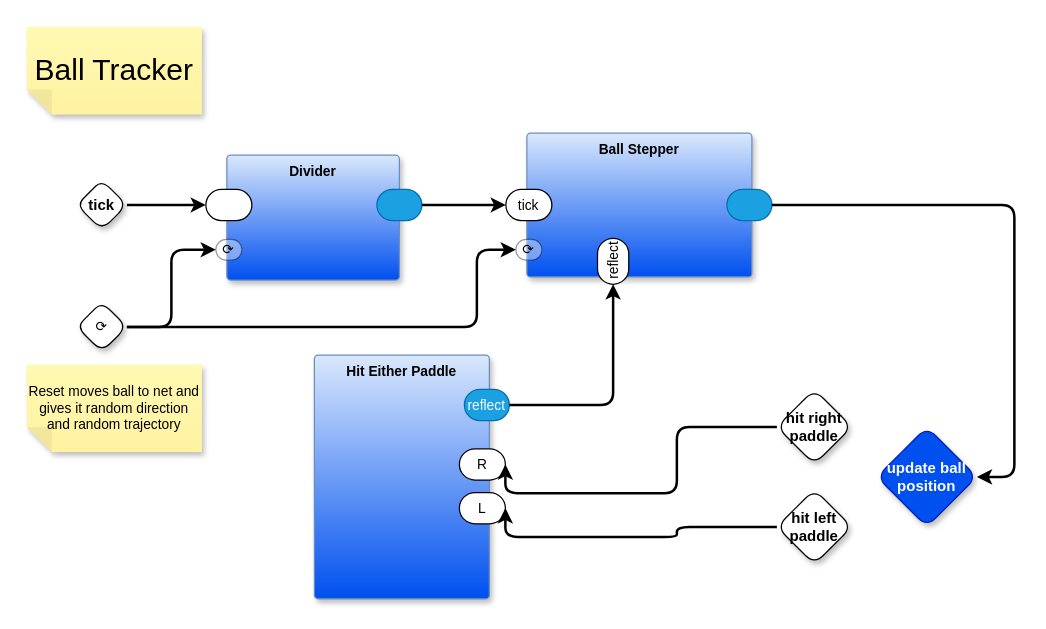
guitarvydas/pbp-pong keeps this draw.io diagram as page "Ball Tracker" (4 of 8) of pong.drawio. Above is the earlier version. Source tidied: cells renumbered, new cells numbered last; positions are measured from the earlier drawing's top-left corner, leaving out a move shared by most shapes. Both pictures are drawn from the tidied source at 125%, with x=0, y=0 at pixel (26, 26).
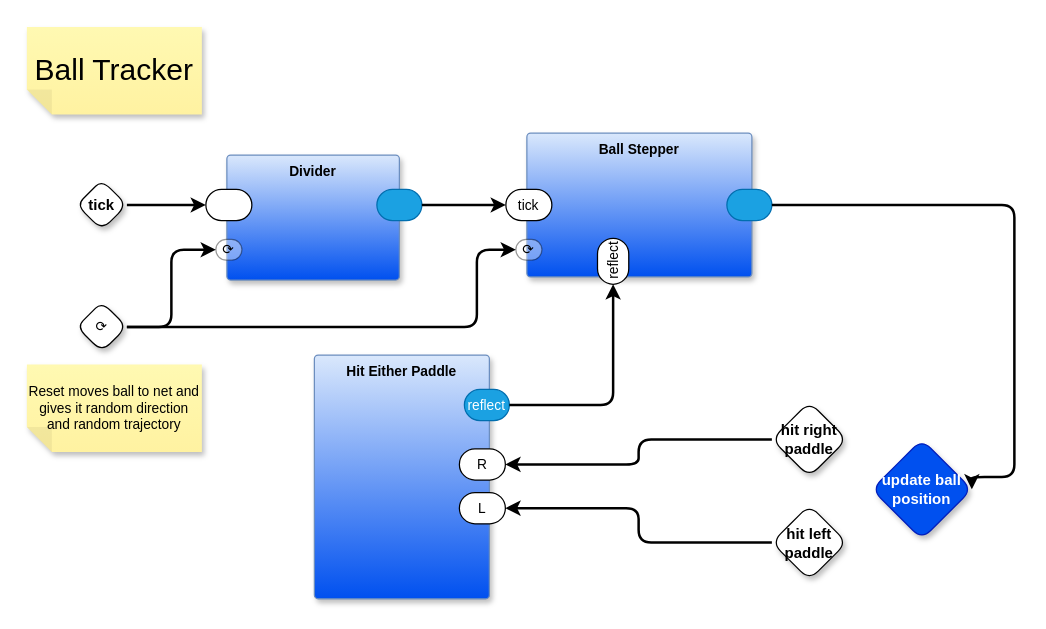
After the change.

The change refers to these unchanged cells:
```xml
<mxCell id="17" value="R" style="rounded=1;whiteSpace=wrap;html=1;sketch=0;points=[[0,0.5,0,0,0],[1,0.5,0,0,0]];arcSize=50;fontFamily=Helvetica;fontSize=11;fontColor=default;labelBackgroundColor=none;" parent="15" vertex="1">
  <mxGeometry x="116" y="75" width="36.8" height="25" as="geometry" />
</mxCell>
<mxCell id="18" value="L" style="rounded=1;whiteSpace=wrap;html=1;sketch=0;points=[[0,0.5,0,0,0],[1,0.5,0,0,0]];arcSize=50;fontFamily=Helvetica;fontSize=11;fontColor=default;labelBackgroundColor=none;" parent="15" vertex="1">
  <mxGeometry x="116" y="110" width="36.8" height="25" as="geometry" />
</mxCell>
```

Diff of the diagram source:
```diff
@@
     <mxCell id="14" value="update ball position" style="rhombus;whiteSpace=wrap;html=1;rounded=1;fontStyle=1;glass=0;sketch=0;fontSize=12;points=[[0,0.5,0,0,0],[0.5,0,0,0,0],[0.5,1,0,0,0],[1,0.5,0,0,0]];shadow=1;fillColor=#0050ef;fontColor=#ffffff;strokeColor=#001DBC;fontFamily=Helvetica;labelBackgroundColor=none;" parent="1" vertex="1">
-      <mxGeometry x="680" y="320" width="80" height="80" as="geometry" />
+      <mxGeometry x="676" y="330" width="80" height="80" as="geometry" />
     </mxCell>
@@
+    <mxCell id="21" style="edgeStyle=orthogonalEdgeStyle;shape=connector;curved=0;rounded=1;jettySize=auto;html=1;strokeColor=default;strokeWidth=2;align=center;verticalAlign=middle;fontFamily=Helvetica;fontSize=11;fontColor=default;labelBackgroundColor=default;endArrow=classic;" parent="1" edge="1" source="19" target="17">
+      <mxGeometry relative="1" as="geometry" />
+    </mxCell>
     <mxCell id="19" value="hit right paddle" style="rhombus;whiteSpace=wrap;html=1;rounded=1;fontStyle=1;glass=0;sketch=0;fontSize=12;points=[[0,0.5,0,0,0],[0.5,0,0,0,0],[0.5,1,0,0,0],[1,0.5,0,0,0]];shadow=1;fontFamily=Helvetica;fontColor=default;labelBackgroundColor=none;" parent="1" vertex="1">
-      <mxGeometry x="600" y="290" width="60" height="60" as="geometry" />
+      <mxGeometry x="596" y="300" width="60" height="60" as="geometry" />
     </mxCell>
     <mxCell id="20" value="hit left paddle" style="rhombus;whiteSpace=wrap;html=1;rounded=1;fontStyle=1;glass=0;sketch=0;fontSize=12;points=[[0,0.5,0,0,0],[0.5,0,0,0,0],[0.5,1,0,0,0],[1,0.5,0,0,0]];shadow=1;fontFamily=Helvetica;fontColor=default;labelBackgroundColor=none;" parent="1" vertex="1">
-      <mxGeometry x="600" y="370" width="60" height="60" as="geometry" />
+      <mxGeometry x="596" y="382.5" width="60" height="60" as="geometry" />
     </mxCell>
-    <mxCell id="21" style="edgeStyle=orthogonalEdgeStyle;shape=connector;curved=0;rounded=1;jettySize=auto;html=1;exitX=0;exitY=0.5;exitDx=0;exitDy=0;exitPerimeter=0;entryX=1;entryY=0.5;entryDx=0;entryDy=0;entryPerimeter=0;strokeColor=default;strokeWidth=2;align=center;verticalAlign=middle;fontFamily=Helvetica;fontSize=11;fontColor=default;labelBackgroundColor=default;endArrow=classic;" parent="1" edge="1" source="19" target="17">
-      <mxGeometry relative="1" as="geometry">
-        <Array as="points">
-          <mxPoint x="520" y="320" />
-          <mxPoint x="520" y="373" />
-        </Array>
-      </mxGeometry>
-    </mxCell>
-    <mxCell id="22" style="edgeStyle=orthogonalEdgeStyle;shape=connector;curved=0;rounded=1;jettySize=auto;html=1;exitX=0;exitY=0.5;exitDx=0;exitDy=0;exitPerimeter=0;entryX=1;entryY=0.5;entryDx=0;entryDy=0;entryPerimeter=0;strokeColor=default;strokeWidth=2;align=center;verticalAlign=middle;fontFamily=Helvetica;fontSize=11;fontColor=default;labelBackgroundColor=default;endArrow=classic;" parent="1" edge="1" source="20" target="18">
-      <mxGeometry relative="1" as="geometry">
-        <Array as="points">
-          <mxPoint x="520" y="400" />
-          <mxPoint x="520" y="408" />
-        </Array>
-      </mxGeometry>
-    </mxCell>
@@
+    <mxCell id="22" style="edgeStyle=orthogonalEdgeStyle;shape=connector;curved=0;rounded=1;jettySize=auto;html=1;exitX=0;exitY=0.5;exitDx=0;exitDy=0;exitPerimeter=0;entryX=1;entryY=0.5;entryDx=0;entryDy=0;entryPerimeter=0;strokeColor=default;strokeWidth=2;align=center;verticalAlign=middle;fontFamily=Helvetica;fontSize=11;fontColor=default;labelBackgroundColor=default;endArrow=classic;" parent="1" edge="1" source="20" target="18">
+      <mxGeometry relative="1" as="geometry" />
+    </mxCell>
```
